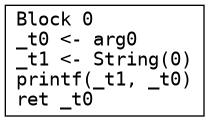
Before: get_int.png, a diagram exported from Graphviz (seanchuck/compiler-s25). Its source is kept beside it as get_int.dot.
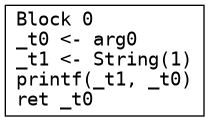
Later version of the same file.

The edit, as a diff of the source:
```diff
@@ -1,4 +1,4 @@
 digraph CFG {
   node [shape=box fontname="monospace"];
-  0 [label="Block 0\l_t0 <- arg0\l_t1 <- String(0)\lprintf(_t1, _t0)\lret _t0\l"];
+  0 [label="Block 0\l_t0 <- arg0\l_t1 <- String(1)\lprintf(_t1, _t0)\lret _t0\l"];
 }
```
